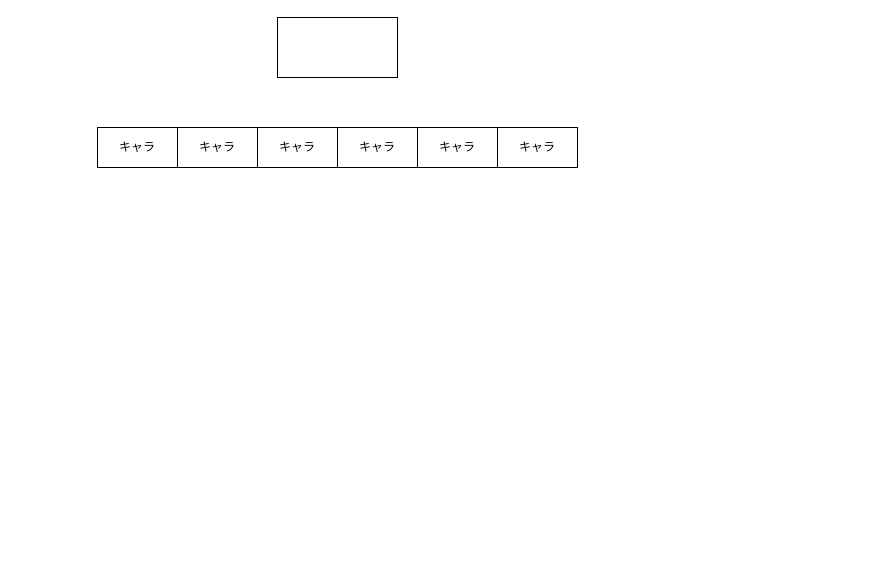
Earlier version of the draw.io diagram 魔弾秘話.drawio (77Yoshida77/git-test). Source tidied: cells renumbered, new cells numbered last; positions are measured from the earlier drawing's top-left corner, leaving out a move shared by most shapes. Both pictures are drawn from the tidied source at 100%, with x=0, y=0 at pixel (97, 17).
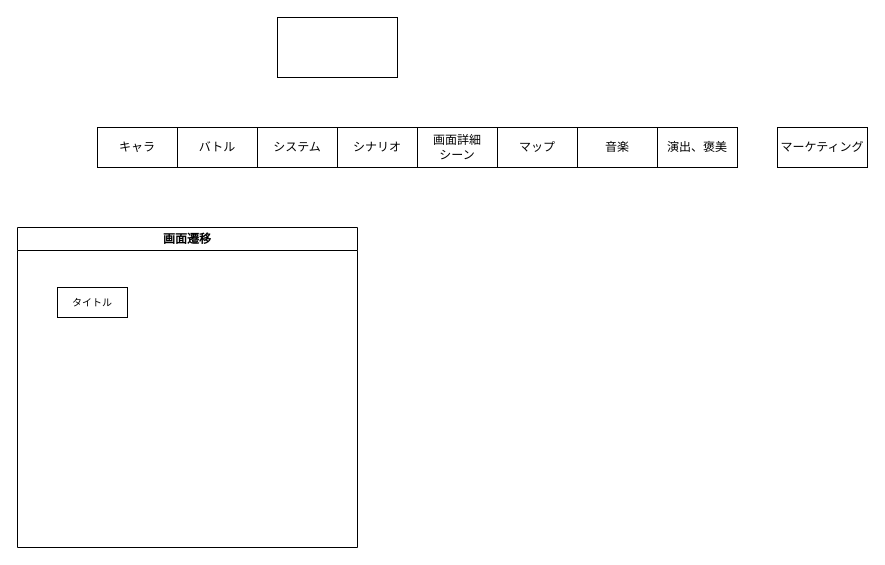
The same diagram, later.

Commit message (it also covers changes not shown here):
魔弾秘話.drawio を更新します

Change to the diagram source:
```diff
@@
 <mxGraphModel>
   <root>
     <mxCell id="0" />
     <mxCell id="1" parent="0" />
     <mxCell id="2" style="rounded=0;whiteSpace=wrap;html=1;" parent="1" vertex="1">
       <mxGeometry x="180" width="120" height="60" as="geometry" />
     </mxCell>
     <mxCell id="3" value="キャラ　" style="rounded=0;whiteSpace=wrap;html=1;" parent="1" vertex="1">
       <mxGeometry y="110" width="80" height="40" as="geometry" />
     </mxCell>
-    <mxCell id="4" value="キャラ　" style="rounded=0;whiteSpace=wrap;html=1;" parent="1" vertex="1">
+    <mxCell id="4" value="バトル" style="rounded=0;whiteSpace=wrap;html=1;" parent="1" vertex="1">
       <mxGeometry x="80" y="110" width="80" height="40" as="geometry" />
     </mxCell>
-    <mxCell id="5" value="キャラ　" style="rounded=0;whiteSpace=wrap;html=1;" parent="1" vertex="1">
+    <mxCell id="5" value="システム" style="rounded=0;whiteSpace=wrap;html=1;" parent="1" vertex="1">
       <mxGeometry x="160" y="110" width="80" height="40" as="geometry" />
     </mxCell>
-    <mxCell id="6" value="キャラ　" style="rounded=0;whiteSpace=wrap;html=1;" parent="1" vertex="1">
+    <mxCell id="6" value="シナリオ" style="rounded=0;whiteSpace=wrap;html=1;" parent="1" vertex="1">
       <mxGeometry x="240" y="110" width="80" height="40" as="geometry" />
     </mxCell>
-    <mxCell id="7" value="キャラ　" style="rounded=0;whiteSpace=wrap;html=1;" parent="1" vertex="1">
+    <mxCell id="7" value="画面詳細&lt;br&gt;シーン" style="rounded=0;whiteSpace=wrap;html=1;" parent="1" vertex="1">
       <mxGeometry x="320" y="110" width="80" height="40" as="geometry" />
     </mxCell>
-    <mxCell id="8" value="キャラ　" style="rounded=0;whiteSpace=wrap;html=1;" parent="1" vertex="1">
+    <mxCell id="8" value="マップ" style="rounded=0;whiteSpace=wrap;html=1;" parent="1" vertex="1">
       <mxGeometry x="400" y="110" width="80" height="40" as="geometry" />
     </mxCell>
+    <mxCell id="9" value="音楽" style="rounded=0;whiteSpace=wrap;html=1;" parent="1" vertex="1">
+      <mxGeometry x="480" y="110" width="80" height="40" as="geometry" />
+    </mxCell>
+    <mxCell id="10" value="演出、褒美" style="rounded=0;whiteSpace=wrap;html=1;" parent="1" vertex="1">
+      <mxGeometry x="560" y="110" width="80" height="40" as="geometry" />
+    </mxCell>
+    <mxCell id="11" value="マーケティング" style="rounded=0;whiteSpace=wrap;html=1;" parent="1" vertex="1">
+      <mxGeometry x="680" y="110" width="90" height="40" as="geometry" />
+    </mxCell>
+    <mxCell id="12" value="画面遷移" style="swimlane;whiteSpace=wrap;html=1;" parent="1" vertex="1">
+      <mxGeometry x="-80" y="210" width="340" height="320" as="geometry" />
+    </mxCell>
+    <mxCell id="13" value="&lt;span style=&quot;font-size: 10px;&quot;&gt;タイトル&lt;/span&gt;" style="rounded=0;whiteSpace=wrap;html=1;" parent="12" vertex="1">
+      <mxGeometry x="40" y="60" width="70" height="30" as="geometry" />
+    </mxCell>
   </root>
 </mxGraphModel>
```
